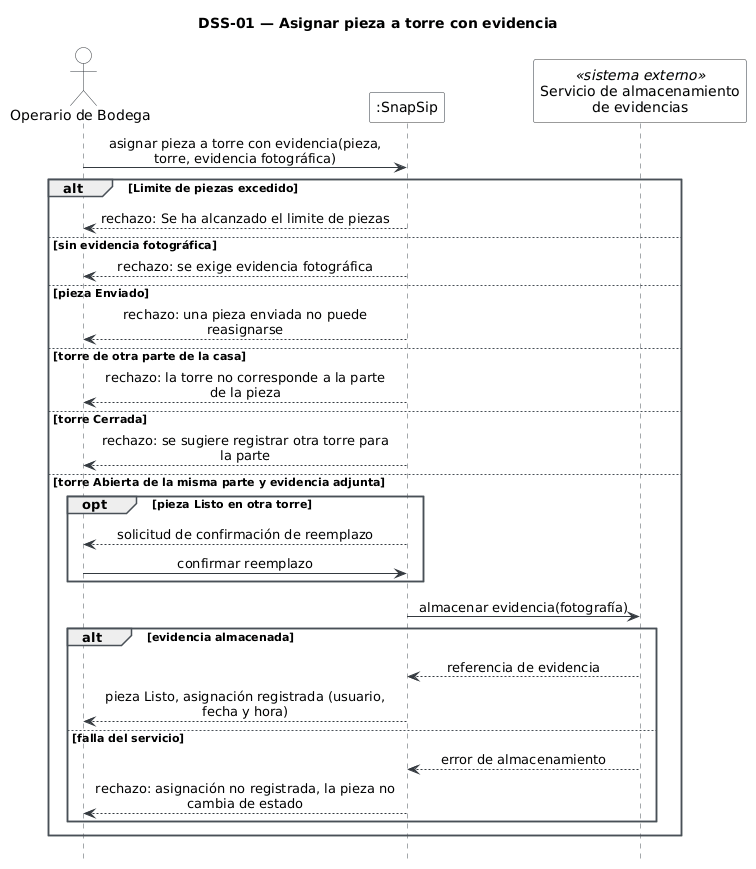
Foyzen-Kaze/snapsip keeps this PlantUML diagram as diagramas/dss-01.png. Above is the earlier version.
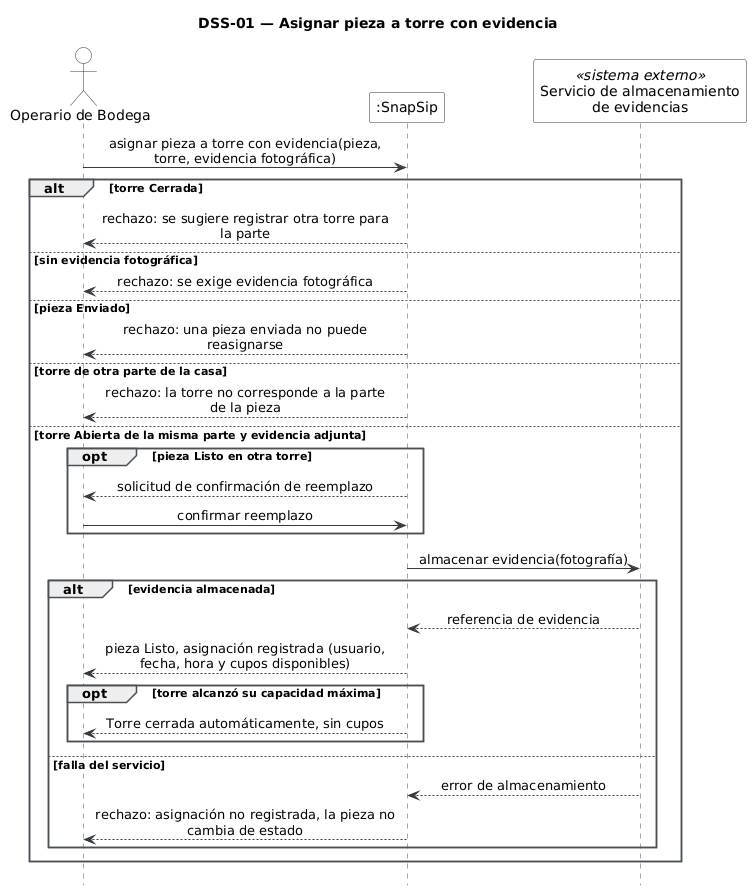
After the commit.

Commit message:
Correccion de diagramas y sus tablas

The edit, as a diff of the source:
```diff
@@ -21,16 +21,15 @@
 
 OP -> SS : asignar pieza a torre con evidencia(pieza, torre, evidencia fotográfica)
 
-alt Limite de piezas excedido
-  SS --> OP : rechazo: Se ha alcanzado el limite de piezas
+alt torre Cerrada
+  SS --> OP : rechazo: se sugiere registrar otra torre para la parte
 else sin evidencia fotográfica
   SS --> OP : rechazo: se exige evidencia fotográfica
 else pieza Enviado
   SS --> OP : rechazo: una pieza enviada no puede reasignarse
 else torre de otra parte de la casa
   SS --> OP : rechazo: la torre no corresponde a la parte de la pieza
-else torre Cerrada
-  SS --> OP : rechazo: se sugiere registrar otra torre para la parte
+
 else torre Abierta de la misma parte y evidencia adjunta
   opt pieza Listo en otra torre
     SS --> OP : solicitud de confirmación de reemplazo
@@ -39,7 +38,10 @@
   SS -> ALM : almacenar evidencia(fotografía)
   alt evidencia almacenada
     ALM --> SS : referencia de evidencia
-    SS --> OP : pieza Listo, asignación registrada (usuario, fecha y hora)
+    SS --> OP : pieza Listo, asignación registrada (usuario, fecha, hora y cupos disponibles)
+opt torre alcanzó su capacidad máxima
+   SS --> OP : Torre cerrada automáticamente, sin cupos
+   end
   else falla del servicio
     ALM --> SS : error de almacenamiento
     SS --> OP : rechazo: asignación no registrada, la pieza no cambia de estado
```
